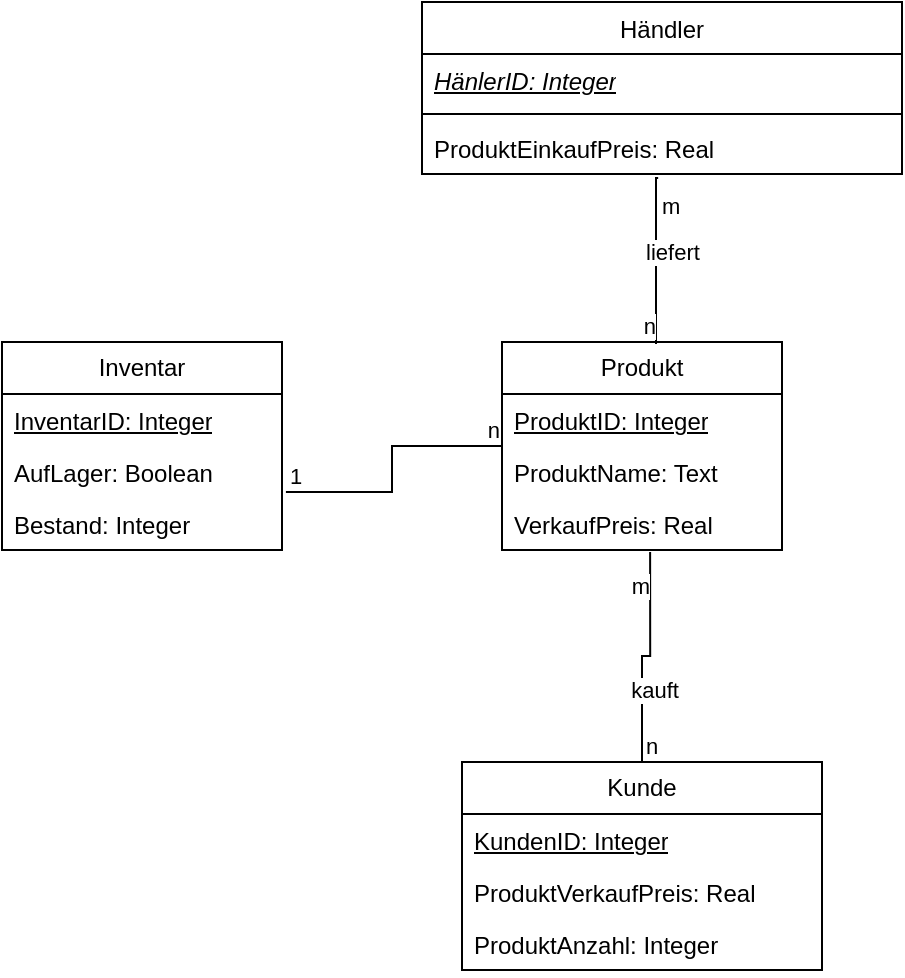
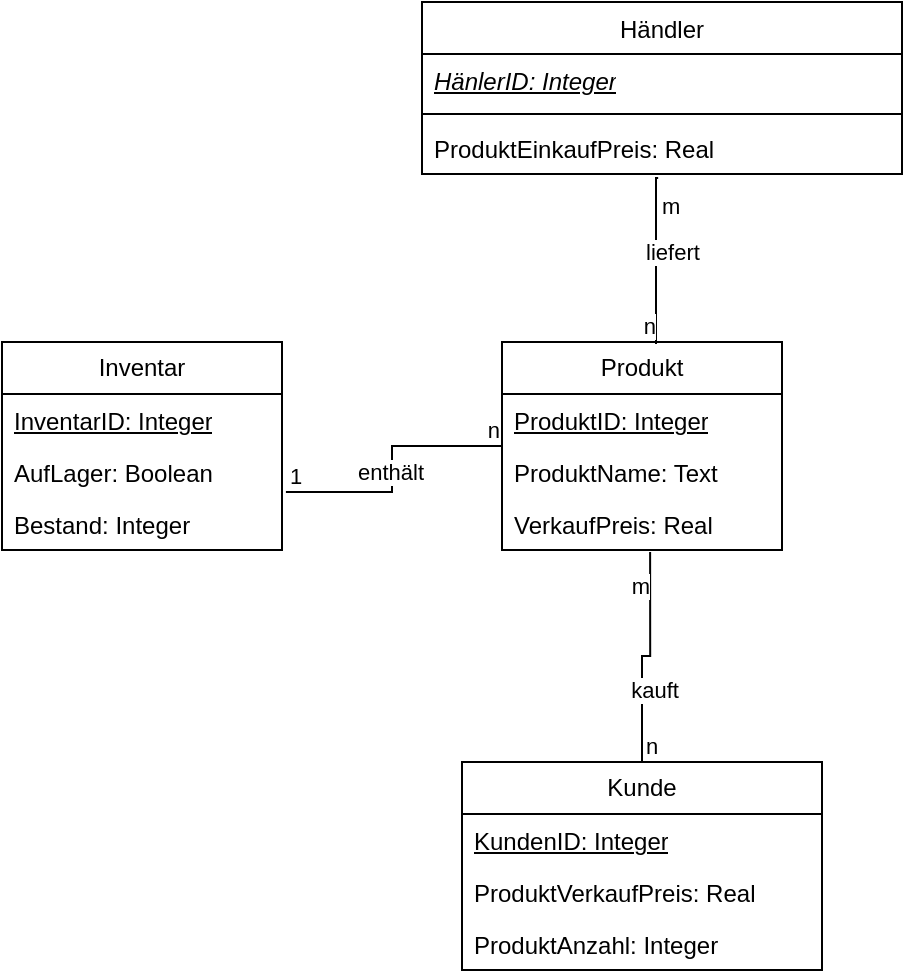
<mxfile host="Electron" agent="Mozilla/5.0 (Windows NT 10.0; Win64; x64) AppleWebKit/537.36 (KHTML, like Gecko) draw.io/23.1.5 Chrome/120.0.6099.109 Electron/28.1.0 Safari/537.36">
  <diagram name="Seite-1" id="zRFhC1JhQhvgA2iYbmPQ">
-     <mxGraphModel dx="678" dy="572" grid="1" gridSize="10" guides="1" tooltips="1" connect="1" arrows="1" fold="1" page="1" pageScale="1" pageWidth="827" pageHeight="1169" math="0" shadow="0">
+     <mxGraphModel dx="1398" dy="825" grid="1" gridSize="10" guides="1" tooltips="1" connect="1" arrows="1" fold="1" page="1" pageScale="1" pageWidth="827" pageHeight="1169" math="0" shadow="0">
      <root>
        <mxCell id="0" />
        <mxCell id="1" parent="0" />
        <mxCell id="Is3GVWOtyZzmBliWF83r-1" parent="1" style="swimlane;fontStyle=0;childLayout=stackLayout;horizontal=1;startSize=26;fillColor=none;horizontalStack=0;resizeParent=1;resizeParentMax=0;resizeLast=0;collapsible=1;marginBottom=0;whiteSpace=wrap;html=1;" value="Inventar" vertex="1">
          <mxGeometry height="104" width="140" x="260" y="340" as="geometry" />
        </mxCell>
        <mxCell id="Is3GVWOtyZzmBliWF83r-46" parent="Is3GVWOtyZzmBliWF83r-1" style="text;strokeColor=none;fillColor=none;align=left;verticalAlign=top;spacingLeft=4;spacingRight=4;overflow=hidden;rotatable=0;points=[[0,0.5],[1,0.5]];portConstraint=eastwest;whiteSpace=wrap;html=1;fontStyle=4" value="InventarID: Integer" vertex="1">
          <mxGeometry height="26" width="140" y="26" as="geometry" />
        </mxCell>
        <mxCell id="Is3GVWOtyZzmBliWF83r-2" parent="Is3GVWOtyZzmBliWF83r-1" style="text;strokeColor=none;fillColor=none;align=left;verticalAlign=top;spacingLeft=4;spacingRight=4;overflow=hidden;rotatable=0;points=[[0,0.5],[1,0.5]];portConstraint=eastwest;whiteSpace=wrap;html=1;" value="AufLager: Boolean" vertex="1">
          <mxGeometry height="26" width="140" y="52" as="geometry" />
        </mxCell>
        <mxCell id="Is3GVWOtyZzmBliWF83r-3" parent="Is3GVWOtyZzmBliWF83r-1" style="text;strokeColor=none;fillColor=none;align=left;verticalAlign=top;spacingLeft=4;spacingRight=4;overflow=hidden;rotatable=0;points=[[0,0.5],[1,0.5]];portConstraint=eastwest;whiteSpace=wrap;html=1;" value="Bestand: Integer" vertex="1">
          <mxGeometry height="26" width="140" y="78" as="geometry" />
        </mxCell>
        <mxCell id="Is3GVWOtyZzmBliWF83r-5" parent="1" style="swimlane;fontStyle=0;childLayout=stackLayout;horizontal=1;startSize=26;fillColor=none;horizontalStack=0;resizeParent=1;resizeParentMax=0;resizeLast=0;collapsible=1;marginBottom=0;whiteSpace=wrap;html=1;" value="Produkt" vertex="1">
          <mxGeometry height="104" width="140" x="510" y="340" as="geometry" />
        </mxCell>
        <mxCell id="Is3GVWOtyZzmBliWF83r-6" parent="Is3GVWOtyZzmBliWF83r-5" style="text;strokeColor=none;fillColor=none;align=left;verticalAlign=top;spacingLeft=4;spacingRight=4;overflow=hidden;rotatable=0;points=[[0,0.5],[1,0.5]];portConstraint=eastwest;whiteSpace=wrap;html=1;" value="&lt;u&gt;ProduktID: Integer&lt;/u&gt;" vertex="1">
          <mxGeometry height="26" width="140" y="26" as="geometry" />
        </mxCell>
        <mxCell id="Is3GVWOtyZzmBliWF83r-7" parent="Is3GVWOtyZzmBliWF83r-5" style="text;strokeColor=none;fillColor=none;align=left;verticalAlign=top;spacingLeft=4;spacingRight=4;overflow=hidden;rotatable=0;points=[[0,0.5],[1,0.5]];portConstraint=eastwest;whiteSpace=wrap;html=1;" value="ProduktName: Text" vertex="1">
          <mxGeometry height="26" width="140" y="52" as="geometry" />
        </mxCell>
        <mxCell id="Is3GVWOtyZzmBliWF83r-17" parent="Is3GVWOtyZzmBliWF83r-5" style="text;strokeColor=none;fillColor=none;align=left;verticalAlign=top;spacingLeft=4;spacingRight=4;overflow=hidden;rotatable=0;points=[[0,0.5],[1,0.5]];portConstraint=eastwest;whiteSpace=wrap;html=1;" value="VerkaufPreis: Real" vertex="1">
          <mxGeometry height="26" width="140" y="78" as="geometry" />
        </mxCell>
        <mxCell id="Is3GVWOtyZzmBliWF83r-9" parent="1" style="swimlane;fontStyle=1;align=center;verticalAlign=top;childLayout=stackLayout;horizontal=1;startSize=26;horizontalStack=0;resizeParent=1;resizeParentMax=0;resizeLast=0;collapsible=1;marginBottom=0;whiteSpace=wrap;html=1;" value="&lt;span style=&quot;font-weight: normal;&quot;&gt;Händler&lt;/span&gt;" vertex="1">
          <mxGeometry height="86" width="240" x="470" y="170" as="geometry" />
        </mxCell>
        <mxCell id="Is3GVWOtyZzmBliWF83r-10" parent="Is3GVWOtyZzmBliWF83r-9" style="text;strokeColor=none;fillColor=none;align=left;verticalAlign=top;spacingLeft=4;spacingRight=4;overflow=hidden;rotatable=0;points=[[0,0.5],[1,0.5]];portConstraint=eastwest;whiteSpace=wrap;html=1;" value="&lt;u&gt;&lt;i&gt;HänlerID: Integer&lt;/i&gt;&lt;/u&gt;" vertex="1">
          <mxGeometry height="26" width="240" y="26" as="geometry" />
        </mxCell>
        <mxCell id="Is3GVWOtyZzmBliWF83r-11" parent="Is3GVWOtyZzmBliWF83r-9" style="line;strokeWidth=1;fillColor=none;align=left;verticalAlign=middle;spacingTop=-1;spacingLeft=3;spacingRight=3;rotatable=0;labelPosition=right;points=[];portConstraint=eastwest;strokeColor=inherit;" value="" vertex="1">
          <mxGeometry height="8" width="240" y="52" as="geometry" />
        </mxCell>
        <mxCell id="Is3GVWOtyZzmBliWF83r-12" parent="Is3GVWOtyZzmBliWF83r-9" style="text;strokeColor=none;fillColor=none;align=left;verticalAlign=top;spacingLeft=4;spacingRight=4;overflow=hidden;rotatable=0;points=[[0,0.5],[1,0.5]];portConstraint=eastwest;whiteSpace=wrap;html=1;" value="ProduktEinkaufPreis: Real" vertex="1">
          <mxGeometry height="26" width="240" y="60" as="geometry" />
        </mxCell>
        <mxCell id="Is3GVWOtyZzmBliWF83r-13" parent="1" style="swimlane;fontStyle=0;childLayout=stackLayout;horizontal=1;startSize=26;fillColor=none;horizontalStack=0;resizeParent=1;resizeParentMax=0;resizeLast=0;collapsible=1;marginBottom=0;whiteSpace=wrap;html=1;" value="Kunde" vertex="1">
          <mxGeometry height="104" width="180" x="490" y="550" as="geometry" />
        </mxCell>
        <mxCell id="Is3GVWOtyZzmBliWF83r-19" parent="Is3GVWOtyZzmBliWF83r-13" style="text;strokeColor=none;fillColor=none;align=left;verticalAlign=top;spacingLeft=4;spacingRight=4;overflow=hidden;rotatable=0;points=[[0,0.5],[1,0.5]];portConstraint=eastwest;whiteSpace=wrap;html=1;" value="&lt;u&gt;KundenID: Integer&lt;/u&gt;" vertex="1">
          <mxGeometry height="26" width="180" y="26" as="geometry" />
        </mxCell>
        <mxCell id="Is3GVWOtyZzmBliWF83r-15" parent="Is3GVWOtyZzmBliWF83r-13" style="text;strokeColor=none;fillColor=none;align=left;verticalAlign=top;spacingLeft=4;spacingRight=4;overflow=hidden;rotatable=0;points=[[0,0.5],[1,0.5]];portConstraint=eastwest;whiteSpace=wrap;html=1;" value="ProduktVerkaufPreis: Real" vertex="1">
          <mxGeometry height="26" width="180" y="52" as="geometry" />
        </mxCell>
        <mxCell id="Is3GVWOtyZzmBliWF83r-16" parent="Is3GVWOtyZzmBliWF83r-13" style="text;strokeColor=none;fillColor=none;align=left;verticalAlign=top;spacingLeft=4;spacingRight=4;overflow=hidden;rotatable=0;points=[[0,0.5],[1,0.5]];portConstraint=eastwest;whiteSpace=wrap;html=1;" value="ProduktAnzahl: Integer" vertex="1">
          <mxGeometry height="26" width="180" y="78" as="geometry" />
        </mxCell>
        <mxCell id="Is3GVWOtyZzmBliWF83r-27" edge="1" parent="1" source="Is3GVWOtyZzmBliWF83r-13" style="endArrow=none;html=1;edgeStyle=orthogonalEdgeStyle;rounded=0;entryX=0.529;entryY=1.038;entryDx=0;entryDy=0;entryPerimeter=0;exitX=0.5;exitY=0;exitDx=0;exitDy=0;" target="Is3GVWOtyZzmBliWF83r-17" value="">
          <mxGeometry relative="1" as="geometry">
            <mxPoint x="500" y="500" as="sourcePoint" />
            <mxPoint x="660" y="500" as="targetPoint" />
          </mxGeometry>
        </mxCell>
        <mxCell id="Is3GVWOtyZzmBliWF83r-28" connectable="0" parent="Is3GVWOtyZzmBliWF83r-27" style="edgeLabel;resizable=0;html=1;align=left;verticalAlign=bottom;" value="n" vertex="1">
          <mxGeometry relative="1" x="-1" as="geometry" />
        </mxCell>
        <mxCell id="Is3GVWOtyZzmBliWF83r-29" connectable="0" parent="Is3GVWOtyZzmBliWF83r-27" style="edgeLabel;resizable=0;html=1;align=right;verticalAlign=bottom;" value="m" vertex="1">
          <mxGeometry relative="1" x="1" as="geometry">
            <mxPoint y="25" as="offset" />
          </mxGeometry>
        </mxCell>
        <mxCell id="Is3GVWOtyZzmBliWF83r-30" connectable="0" parent="Is3GVWOtyZzmBliWF83r-27" style="edgeLabel;html=1;align=center;verticalAlign=middle;resizable=0;points=[];" value="kauft" vertex="1">
          <mxGeometry relative="1" x="-0.3267" y="-6" as="geometry">
            <mxPoint as="offset" />
          </mxGeometry>
        </mxCell>
        <mxCell id="Is3GVWOtyZzmBliWF83r-33" edge="1" parent="1" source="Is3GVWOtyZzmBliWF83r-12" style="endArrow=none;html=1;edgeStyle=orthogonalEdgeStyle;rounded=0;entryX=0.55;entryY=0.01;entryDx=0;entryDy=0;entryPerimeter=0;exitX=0.492;exitY=1.077;exitDx=0;exitDy=0;exitPerimeter=0;" target="Is3GVWOtyZzmBliWF83r-5" value="">
          <mxGeometry relative="1" as="geometry">
            <Array as="points">
              <mxPoint x="587" y="258" />
            </Array>
            <mxPoint x="330" y="430" as="sourcePoint" />
            <mxPoint x="490" y="430" as="targetPoint" />
          </mxGeometry>
        </mxCell>
        <mxCell id="Is3GVWOtyZzmBliWF83r-34" connectable="0" parent="Is3GVWOtyZzmBliWF83r-33" style="edgeLabel;resizable=0;html=1;align=left;verticalAlign=bottom;" value="m" vertex="1">
          <mxGeometry relative="1" x="-1" as="geometry">
            <mxPoint y="22" as="offset" />
          </mxGeometry>
        </mxCell>
        <mxCell id="Is3GVWOtyZzmBliWF83r-35" connectable="0" parent="Is3GVWOtyZzmBliWF83r-33" style="edgeLabel;resizable=0;html=1;align=right;verticalAlign=bottom;" value="n" vertex="1">
          <mxGeometry relative="1" x="1" as="geometry" />
        </mxCell>
        <mxCell id="Is3GVWOtyZzmBliWF83r-36" connectable="0" parent="Is3GVWOtyZzmBliWF83r-33" style="edgeLabel;html=1;align=center;verticalAlign=middle;resizable=0;points=[];" value="liefert" vertex="1">
          <mxGeometry relative="1" x="-0.0946" y="8" as="geometry">
            <mxPoint as="offset" />
          </mxGeometry>
        </mxCell>
        <mxCell id="Is3GVWOtyZzmBliWF83r-38" edge="1" parent="1" source="Is3GVWOtyZzmBliWF83r-3" style="endArrow=none;html=1;edgeStyle=orthogonalEdgeStyle;rounded=0;entryX=0;entryY=0.5;entryDx=0;entryDy=0;exitX=1.014;exitY=-0.115;exitDx=0;exitDy=0;exitPerimeter=0;" target="Is3GVWOtyZzmBliWF83r-5" value="">
          <mxGeometry relative="1" as="geometry">
            <mxPoint x="330" y="430" as="sourcePoint" />
            <mxPoint x="490" y="430" as="targetPoint" />
          </mxGeometry>
        </mxCell>
        <mxCell id="Is3GVWOtyZzmBliWF83r-39" connectable="0" parent="Is3GVWOtyZzmBliWF83r-38" style="edgeLabel;resizable=0;html=1;align=left;verticalAlign=bottom;" value="1" vertex="1">
          <mxGeometry relative="1" x="-1" as="geometry" />
        </mxCell>
        <mxCell id="Is3GVWOtyZzmBliWF83r-40" connectable="0" parent="Is3GVWOtyZzmBliWF83r-38" style="edgeLabel;resizable=0;html=1;align=right;verticalAlign=bottom;" value="n" vertex="1">
          <mxGeometry relative="1" x="1" as="geometry" />
        </mxCell>
+         <mxCell id="9d2SOzoO8xg9qqlNjvsp-1" connectable="0" parent="1" style="edgeLabel;html=1;align=center;verticalAlign=middle;resizable=0;points=[];" value="enthält" vertex="1">
+           <mxGeometry x="430" y="470" as="geometry">
+             <mxPoint x="24" y="-65" as="offset" />
+           </mxGeometry>
+         </mxCell>
      </root>
    </mxGraphModel>
  </diagram>
</mxfile>
